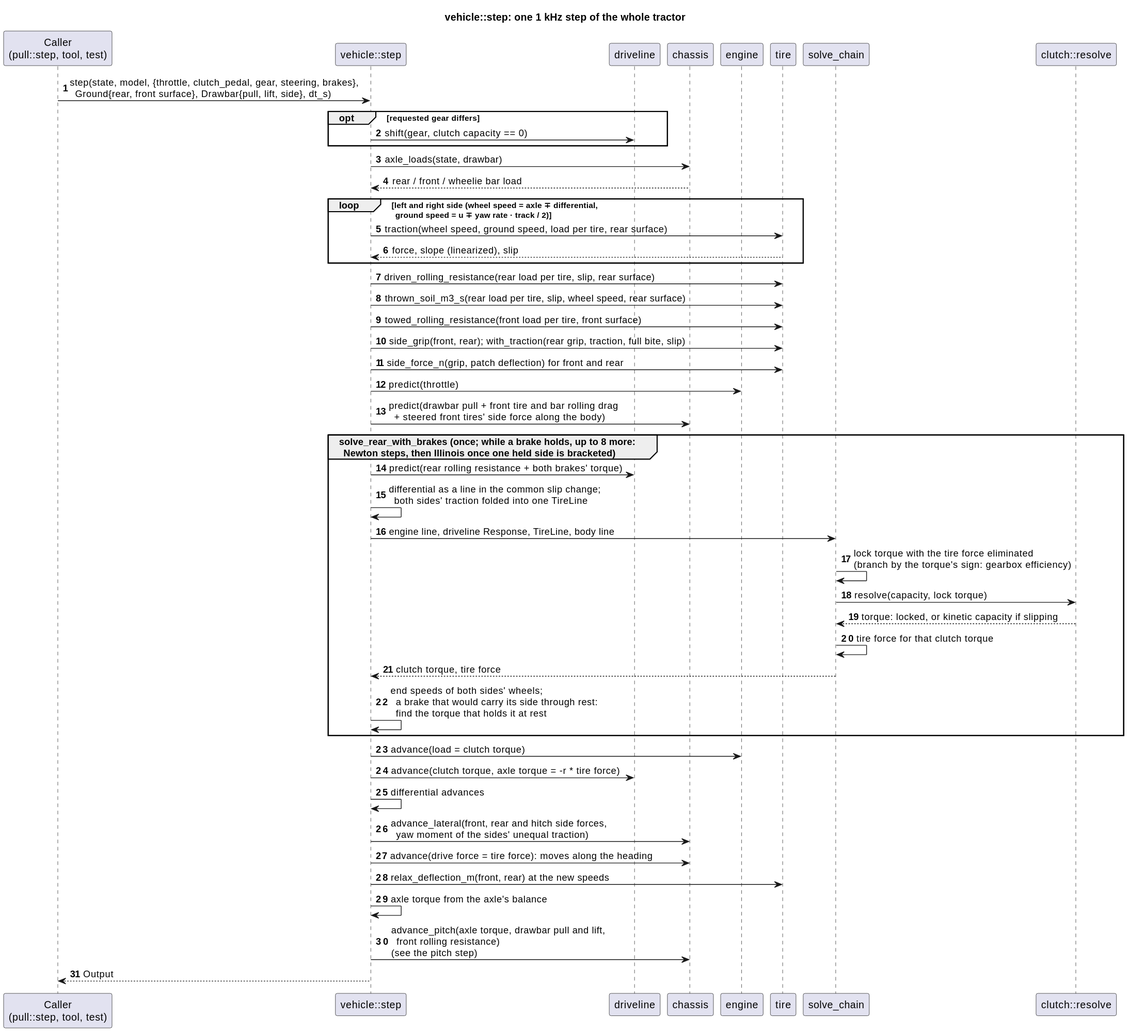
This is docs/diagrams/svg/vehicle_step_sequence.svg from wversteeg/TractorPulling, a PlantUML export, as it was before one commit.
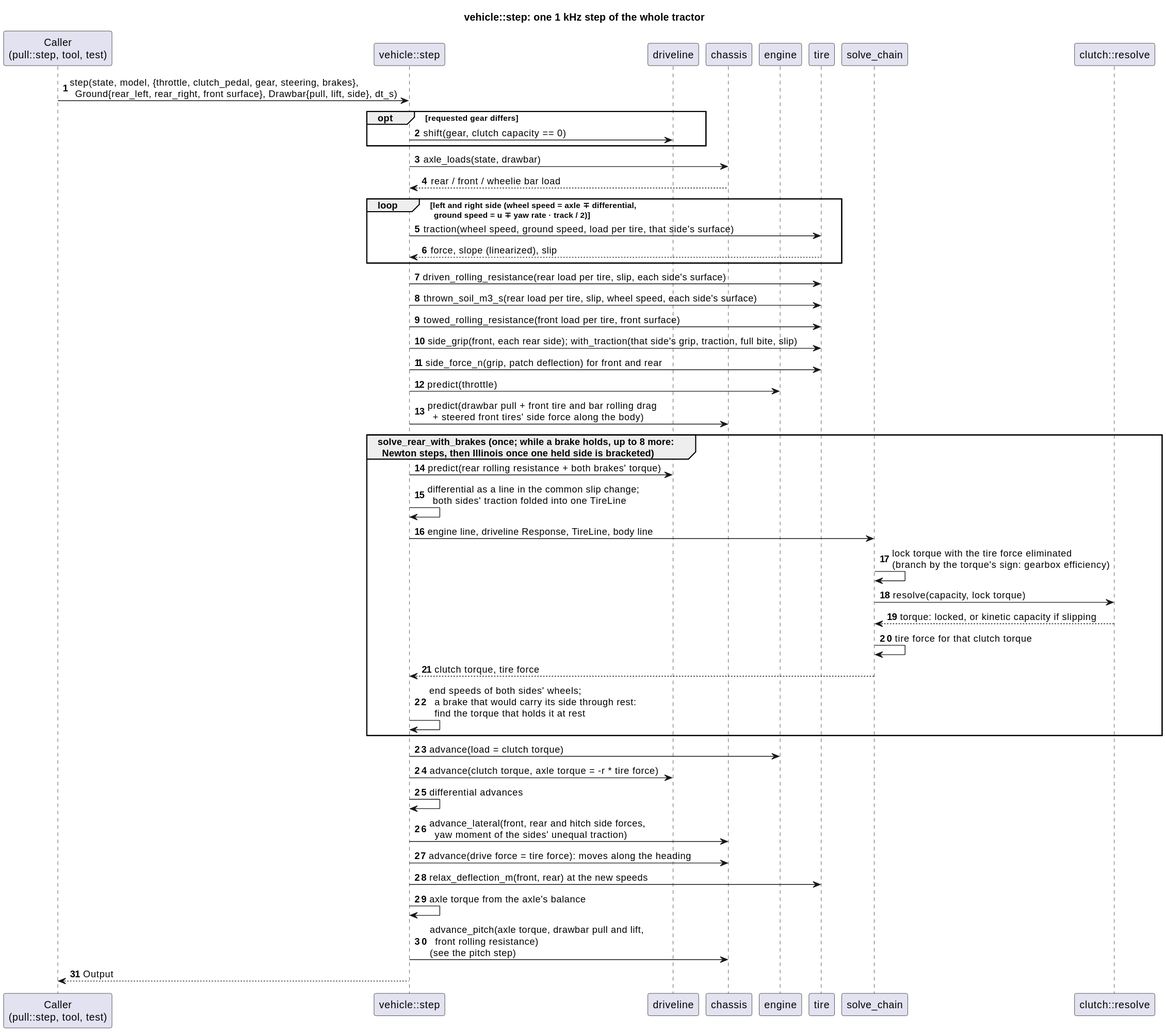
Later version of the same file.

The edit, as a diff of the source:
```diff
@@ -10,20 +10,20 @@
 participant "solve_chain" as Solve
 participant "clutch::resolve" as Clutch
 
-Caller -> Step : step(state, model, {throttle, clutch_pedal, gear, steering, brakes},\n  Ground{rear, front surface}, Drawbar{pull, lift, side}, dt_s)
+Caller -> Step : step(state, model, {throttle, clutch_pedal, gear, steering, brakes},\n  Ground{rear_left, rear_right, front surface}, Drawbar{pull, lift, side}, dt_s)
 opt requested gear differs
   Step -> Driveline : shift(gear, clutch capacity == 0)
 end
 Step -> Chassis : axle_loads(state, drawbar)
 Chassis --> Step : rear / front / wheelie bar load
 loop left and right side (wheel speed = axle ∓ differential,\n  ground speed = u ∓ yaw rate · track / 2)
-  Step -> Tire : traction(wheel speed, ground speed, load per tire, rear surface)
+  Step -> Tire : traction(wheel speed, ground speed, load per tire, that side's surface)
   Tire --> Step : force, slope (linearized), slip
 end
-Step -> Tire : driven_rolling_resistance(rear load per tire, slip, rear surface)
-Step -> Tire : thrown_soil_m3_s(rear load per tire, slip, wheel speed, rear surface)
+Step -> Tire : driven_rolling_resistance(rear load per tire, slip, each side's surface)
+Step -> Tire : thrown_soil_m3_s(rear load per tire, slip, wheel speed, each side's surface)
 Step -> Tire : towed_rolling_resistance(front load per tire, front surface)
-Step -> Tire : side_grip(front, rear); with_traction(rear grip, traction, full bite, slip)
+Step -> Tire : side_grip(front, each rear side); with_traction(that side's grip, traction, full bite, slip)
 Step -> Tire : side_force_n(grip, patch deflection) for front and rear
 Step -> Engine : predict(throttle)
 Step -> Chassis : predict(drawbar pull + front tire and bar rolling drag\n  + steered front tires' side force along the body)
```
